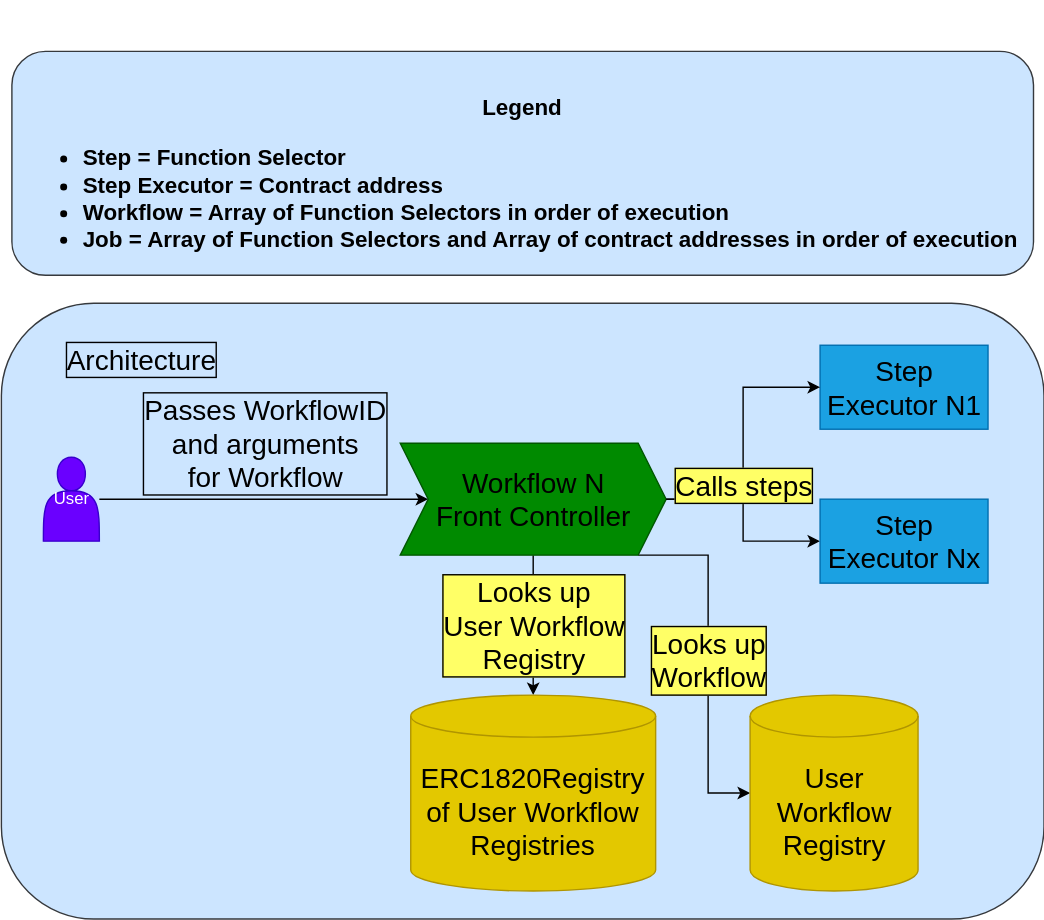
Earlier version of the draw.io export diagrams/architecture.drawio.svg (Mimir-Solutions/contract-workflow-management). Source tidied: cells renumbered, new cells last; positions are measured from the earlier drawing's top-left corner, leaving out a move shared by most shapes. The source it was exported from:
```xml
<mxGraphModel>
  <root>
    <mxCell id="0" />
    <mxCell id="1" parent="0" />
    <mxCell id="2" style="rounded=1;whiteSpace=wrap;html=1;fillColor=#cce5ff;strokeColor=#36393d;" parent="1" vertex="1">
      <mxGeometry x="0.5" y="180" width="745" height="440" as="geometry" />
    </mxCell>
    <mxCell id="3" value="Passes WorkflowID &lt;br&gt;and arguments &lt;br&gt;for Workflow" style="edgeStyle=orthogonalEdgeStyle;rounded=0;jettySize=auto;entryX=0;entryY=0.5;entryDx=0;entryDy=0;fontSize=20;fontColor=#000000;strokeColor=#000000;labelBackgroundColor=none;labelBorderColor=#000000;html=1;verticalAlign=bottom;" parent="1" edge="1" source="4" target="10">
      <mxGeometry relative="1" as="geometry" />
    </mxCell>
    <mxCell id="4" value="User" style="shape=actor;whiteSpace=wrap;html=1;fillColor=#6a00ff;strokeColor=#3700CC;fontColor=#ffffff;" parent="1" vertex="1">
      <mxGeometry x="30.5" y="290" width="40" height="60" as="geometry" />
    </mxCell>
    <mxCell id="5" value="&lt;font style=&quot;font-size: 16px&quot;&gt;&lt;br&gt;&lt;br&gt;&lt;span style=&quot;font-family: &amp;#34;helvetica&amp;#34; ; font-style: normal ; letter-spacing: normal ; text-align: left ; text-indent: 0px ; text-transform: none ; word-spacing: 0px ; display: inline ; float: none&quot;&gt;Legend&lt;/span&gt;&lt;br style=&quot;font-family: &amp;#34;helvetica&amp;#34; ; font-style: normal ; letter-spacing: normal ; text-align: left ; text-indent: 0px ; text-transform: none ; word-spacing: 0px&quot;&gt;&lt;/font&gt;&lt;ul style=&quot;font-family: &amp;#34;helvetica&amp;#34; ; font-style: normal ; letter-spacing: normal ; text-align: left ; text-indent: 0px ; text-transform: none ; word-spacing: 0px ; font-size: 16px&quot;&gt;&lt;li&gt;&lt;font style=&quot;font-size: 16px&quot;&gt;Step = Function Selector&lt;/font&gt;&lt;/li&gt;&lt;li&gt;&lt;font style=&quot;font-size: 16px&quot;&gt;Step Executor = Contract address&lt;/font&gt;&lt;/li&gt;&lt;li&gt;&lt;font style=&quot;font-size: 16px&quot;&gt;Workflow = Array of Function Selectors in order of execution&lt;/font&gt;&lt;/li&gt;&lt;li&gt;&lt;font style=&quot;font-size: 16px&quot;&gt;Job = Array of Function Selectors and Array of contract addresses in order of execution&lt;/font&gt;&lt;/li&gt;&lt;/ul&gt;&lt;font style=&quot;font-size: 16px&quot;&gt;&lt;br&gt;&lt;/font&gt;" style="rounded=1;whiteSpace=wrap;html=1;fillColor=#cce5ff;strokeColor=#36393d;labelBackgroundColor=none;fontColor=#000000;fontStyle=1;fontSize=21;" parent="1" vertex="1">
      <mxGeometry x="8" width="730" height="160" as="geometry" />
    </mxCell>
    <mxCell id="6" value="Architecture" style="text;html=1;strokeColor=none;fillColor=none;align=center;verticalAlign=middle;whiteSpace=wrap;rounded=0;fontColor=#000000;labelBorderColor=#000000;fontSize=20;" parent="1" vertex="1">
      <mxGeometry x="30.5" y="200" width="140" height="40" as="geometry" />
    </mxCell>
    <mxCell id="7" value="Looks up&lt;br&gt;User Workflow&lt;br&gt;Registry" style="edgeStyle=orthogonalEdgeStyle;rounded=0;jettySize=auto;html=1;labelBackgroundColor=#FFFF66;strokeColor=#000000;fontSize=20;fontColor=#000000;labelBorderColor=#000000;verticalAlign=middle;" parent="1" edge="1" source="10" target="11">
      <mxGeometry relative="1" as="geometry" />
    </mxCell>
    <mxCell id="8" value="Looks up&lt;br&gt;Workflow" style="edgeStyle=orthogonalEdgeStyle;rounded=0;jettySize=auto;html=1;entryX=0;entryY=0.5;entryDx=0;entryDy=0;entryPerimeter=0;labelBackgroundColor=#FFFF66;strokeColor=#000000;fontSize=20;fontColor=#000000;labelBorderColor=#000000;" parent="1" edge="1" source="10" target="12">
      <mxGeometry relative="1" as="geometry">
        <Array as="points">
          <mxPoint x="505.5" y="360" />
          <mxPoint x="505.5" y="530" />
        </Array>
      </mxGeometry>
    </mxCell>
    <mxCell id="9" style="edgeStyle=orthogonalEdgeStyle;rounded=0;jettySize=auto;html=1;entryX=0;entryY=0.5;entryDx=0;entryDy=0;labelBackgroundColor=#FFFF66;strokeColor=#000000;fontSize=20;fontColor=#000000;" parent="1" edge="1" source="10" target="14">
      <mxGeometry relative="1" as="geometry" />
    </mxCell>
    <mxCell id="10" value="Workflow N&lt;br&gt;Front Controller" style="shape=step;perimeter=stepPerimeter;whiteSpace=wrap;html=1;fixedSize=1;rounded=0;fillColor=#008a00;fontSize=20;strokeColor=#005700;fontColor=#000000;" parent="1" vertex="1">
      <mxGeometry x="285.5" y="280" width="190" height="80" as="geometry" />
    </mxCell>
    <mxCell id="11" value="ERC1820Registry of User Workflow&lt;br&gt;Registries" style="shape=cylinder3;whiteSpace=wrap;html=1;boundedLbl=1;backgroundOutline=1;size=15;rounded=0;fillColor=#e3c800;fontSize=20;strokeColor=#B09500;fontColor=#000000;labelBackgroundColor=none;" parent="1" vertex="1">
      <mxGeometry x="293" y="460" width="175" height="140" as="geometry" />
    </mxCell>
    <mxCell id="12" value="User Workflow&lt;br&gt;Registry" style="shape=cylinder3;whiteSpace=wrap;html=1;boundedLbl=1;backgroundOutline=1;size=15;rounded=0;fillColor=#e3c800;fontSize=20;strokeColor=#B09500;fontColor=#000000;labelBackgroundColor=none;" parent="1" vertex="1">
      <mxGeometry x="535.5" y="460" width="120" height="140" as="geometry" />
    </mxCell>
    <mxCell id="13" value="Step Executor N1" style="rounded=0;whiteSpace=wrap;html=1;labelBackgroundColor=none;fillColor=#1ba1e2;fontSize=20;strokeColor=#006EAF;fontColor=#000000;labelBorderColor=none;" parent="1" vertex="1">
      <mxGeometry x="585.5" y="210" width="120" height="60" as="geometry" />
    </mxCell>
    <mxCell id="14" value="Step Executor Nx" style="rounded=0;whiteSpace=wrap;html=1;labelBackgroundColor=none;fillColor=#1ba1e2;fontSize=20;strokeColor=#006EAF;fontColor=#000000;labelBorderColor=none;" parent="1" vertex="1">
      <mxGeometry x="585.5" y="320" width="120" height="60" as="geometry" />
    </mxCell>
    <mxCell id="15" value="Calls steps" style="edgeStyle=orthogonalEdgeStyle;rounded=0;jettySize=auto;html=1;entryX=0;entryY=0.5;entryDx=0;entryDy=0;labelBackgroundColor=#FFFF66;strokeColor=#000000;fontSize=20;fontColor=#000000;labelBorderColor=#000000;" parent="1" edge="1" source="10" target="13">
      <mxGeometry x="-0.32" relative="1" as="geometry" />
    </mxCell>
  </root>
</mxGraphModel>
```
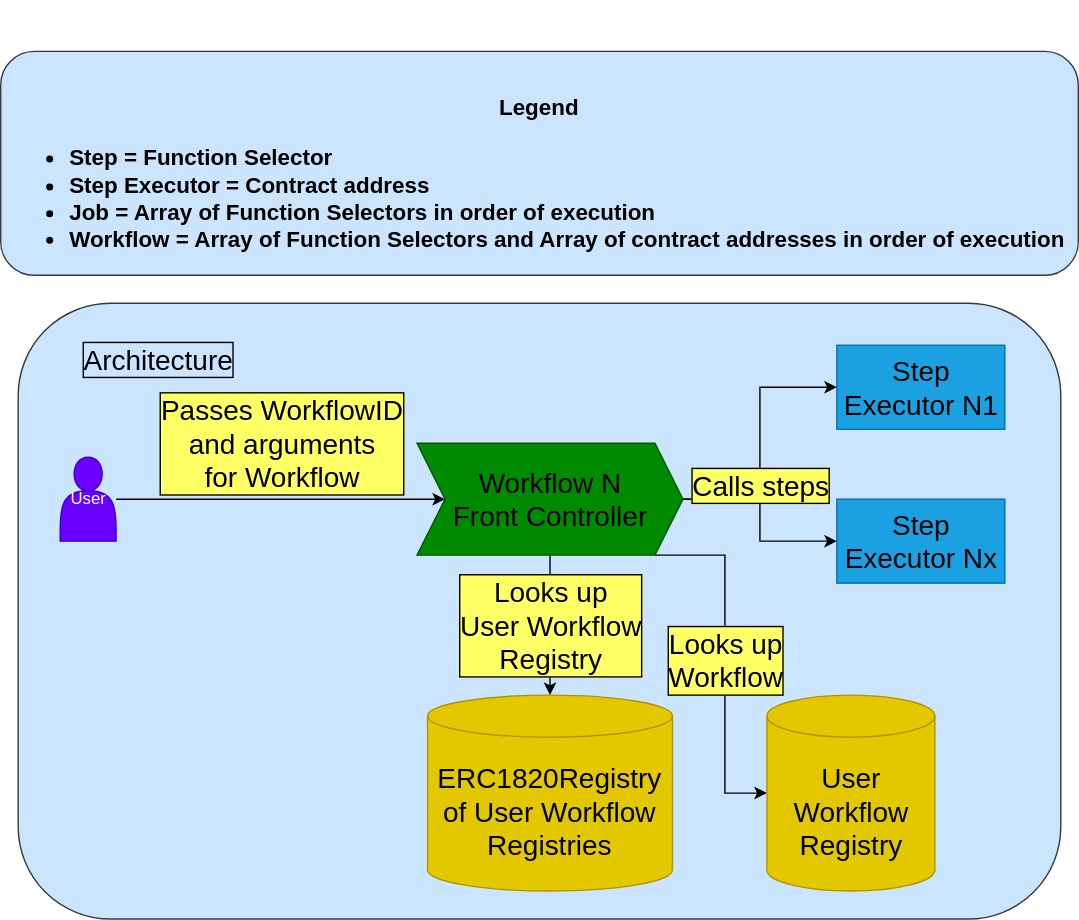
After the change.

Change to the diagram source:
```diff
@@ -5,14 +5,14 @@
     <mxCell id="2" style="rounded=1;whiteSpace=wrap;html=1;fillColor=#cce5ff;strokeColor=#36393d;" parent="1" vertex="1">
       <mxGeometry x="0.5" y="180" width="745" height="440" as="geometry" />
     </mxCell>
-    <mxCell id="3" value="Passes WorkflowID &lt;br&gt;and arguments &lt;br&gt;for Workflow" style="edgeStyle=orthogonalEdgeStyle;rounded=0;jettySize=auto;entryX=0;entryY=0.5;entryDx=0;entryDy=0;fontSize=20;fontColor=#000000;strokeColor=#000000;labelBackgroundColor=none;labelBorderColor=#000000;html=1;verticalAlign=bottom;" parent="1" edge="1" source="4" target="10">
+    <mxCell id="3" value="Passes WorkflowID &lt;br&gt;and arguments &lt;br&gt;for Workflow" style="edgeStyle=orthogonalEdgeStyle;rounded=0;jettySize=auto;entryX=0;entryY=0.5;entryDx=0;entryDy=0;fontSize=20;fontColor=#000000;strokeColor=#000000;labelBackgroundColor=#FFFF66;labelBorderColor=#000000;html=1;verticalAlign=bottom;" parent="1" edge="1" source="4" target="10">
       <mxGeometry relative="1" as="geometry" />
     </mxCell>
     <mxCell id="4" value="User" style="shape=actor;whiteSpace=wrap;html=1;fillColor=#6a00ff;strokeColor=#3700CC;fontColor=#ffffff;" parent="1" vertex="1">
       <mxGeometry x="30.5" y="290" width="40" height="60" as="geometry" />
     </mxCell>
-    <mxCell id="5" value="&lt;font style=&quot;font-size: 16px&quot;&gt;&lt;br&gt;&lt;br&gt;&lt;span style=&quot;font-family: &amp;#34;helvetica&amp;#34; ; font-style: normal ; letter-spacing: normal ; text-align: left ; text-indent: 0px ; text-transform: none ; word-spacing: 0px ; display: inline ; float: none&quot;&gt;Legend&lt;/span&gt;&lt;br style=&quot;font-family: &amp;#34;helvetica&amp;#34; ; font-style: normal ; letter-spacing: normal ; text-align: left ; text-indent: 0px ; text-transform: none ; word-spacing: 0px&quot;&gt;&lt;/font&gt;&lt;ul style=&quot;font-family: &amp;#34;helvetica&amp;#34; ; font-style: normal ; letter-spacing: normal ; text-align: left ; text-indent: 0px ; text-transform: none ; word-spacing: 0px ; font-size: 16px&quot;&gt;&lt;li&gt;&lt;font style=&quot;font-size: 16px&quot;&gt;Step = Function Selector&lt;/font&gt;&lt;/li&gt;&lt;li&gt;&lt;font style=&quot;font-size: 16px&quot;&gt;Step Executor = Contract address&lt;/font&gt;&lt;/li&gt;&lt;li&gt;&lt;font style=&quot;font-size: 16px&quot;&gt;Workflow = Array of Function Selectors in order of execution&lt;/font&gt;&lt;/li&gt;&lt;li&gt;&lt;font style=&quot;font-size: 16px&quot;&gt;Job = Array of Function Selectors and Array of contract addresses in order of execution&lt;/font&gt;&lt;/li&gt;&lt;/ul&gt;&lt;font style=&quot;font-size: 16px&quot;&gt;&lt;br&gt;&lt;/font&gt;" style="rounded=1;whiteSpace=wrap;html=1;fillColor=#cce5ff;strokeColor=#36393d;labelBackgroundColor=none;fontColor=#000000;fontStyle=1;fontSize=21;" parent="1" vertex="1">
-      <mxGeometry x="8" width="730" height="160" as="geometry" />
+    <mxCell id="5" value="&lt;font style=&quot;font-size: 16px&quot;&gt;&lt;br&gt;&lt;br&gt;&lt;span style=&quot;font-family: &amp;#34;helvetica&amp;#34; ; font-style: normal ; letter-spacing: normal ; text-align: left ; text-indent: 0px ; text-transform: none ; word-spacing: 0px ; display: inline ; float: none&quot;&gt;Legend&lt;/span&gt;&lt;br style=&quot;font-family: &amp;#34;helvetica&amp;#34; ; font-style: normal ; letter-spacing: normal ; text-align: left ; text-indent: 0px ; text-transform: none ; word-spacing: 0px&quot;&gt;&lt;/font&gt;&lt;ul style=&quot;font-family: &amp;#34;helvetica&amp;#34; ; font-style: normal ; letter-spacing: normal ; text-align: left ; text-indent: 0px ; text-transform: none ; word-spacing: 0px ; font-size: 16px&quot;&gt;&lt;li&gt;&lt;font style=&quot;font-size: 16px&quot;&gt;Step = Function Selector&lt;/font&gt;&lt;/li&gt;&lt;li&gt;&lt;font style=&quot;font-size: 16px&quot;&gt;Step Executor = Contract address&lt;/font&gt;&lt;/li&gt;&lt;li&gt;&lt;font style=&quot;font-size: 16px&quot;&gt;Job = Array of Function Selectors in order of execution&lt;/font&gt;&lt;/li&gt;&lt;li&gt;&lt;font style=&quot;font-size: 16px&quot;&gt;Workflow = Array of Function Selectors and Array of contract addresses in order of execution&lt;/font&gt;&lt;/li&gt;&lt;/ul&gt;&lt;font style=&quot;font-size: 16px&quot;&gt;&lt;br&gt;&lt;/font&gt;" style="rounded=1;whiteSpace=wrap;html=1;fillColor=#cce5ff;strokeColor=#36393d;labelBackgroundColor=none;fontColor=#000000;fontStyle=1;fontSize=21;" parent="1" vertex="1">
+      <mxGeometry x="-12" width="770" height="160" as="geometry" />
     </mxCell>
     <mxCell id="6" value="Architecture" style="text;html=1;strokeColor=none;fillColor=none;align=center;verticalAlign=middle;whiteSpace=wrap;rounded=0;fontColor=#000000;labelBorderColor=#000000;fontSize=20;" parent="1" vertex="1">
       <mxGeometry x="30.5" y="200" width="140" height="40" as="geometry" />
```
